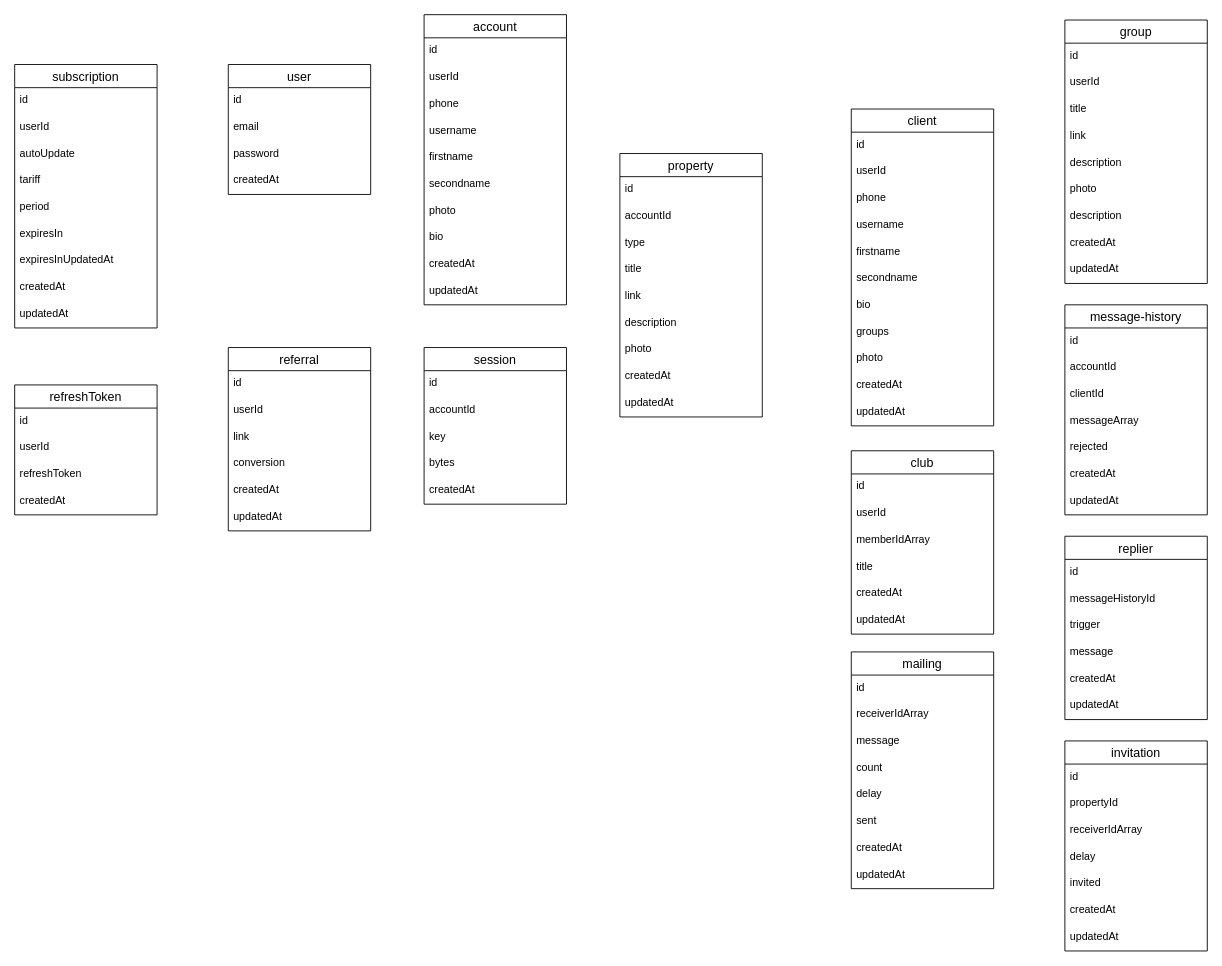
This is schema.drawio from Nick-Fed-Al-dev/telepanel, a draw.io file, before an edit. Source tidied: cells renumbered, new cells numbered last; positions are measured from the earlier drawing's top-left corner, leaving out a move shared by most shapes. Both pictures are drawn from the tidied source at 89%, with x=0, y=0 at pixel (14, 14).
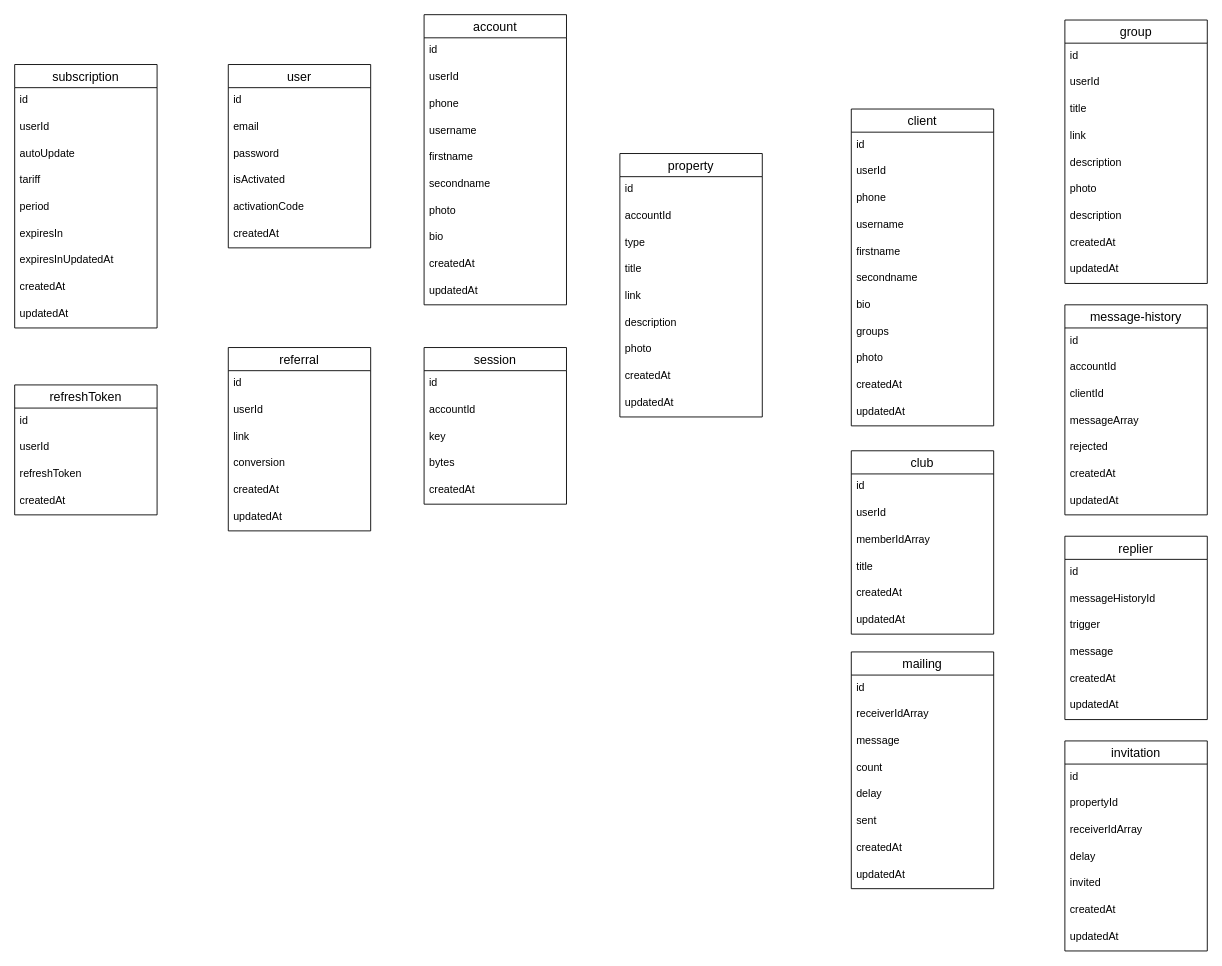
The same page after the edit.

The edit, as a diff of the source:
```diff
@@
     <mxCell id="2" value="user" style="swimlane;fontStyle=0;horizontal=1;startSize=26;align=center;fontSize=14;" parent="1" vertex="1">
-      <mxGeometry x="240" y="56" width="160" height="146" as="geometry" />
+      <mxGeometry x="240" y="56" width="160" height="206" as="geometry" />
     </mxCell>
@@
+    <mxCell id="117" value="isActivated" style="text;strokeColor=none;fillColor=none;spacingLeft=4;spacingRight=4;overflow=hidden;fontSize=12;" parent="2" vertex="1">
+      <mxGeometry y="116" width="160" height="30" as="geometry" />
+    </mxCell>
+    <mxCell id="118" value="activationCode" style="text;strokeColor=none;fillColor=none;spacingLeft=4;spacingRight=4;overflow=hidden;fontSize=12;" parent="2" vertex="1">
+      <mxGeometry y="146" width="160" height="30" as="geometry" />
+    </mxCell>
     <mxCell id="6" value="createdAt" style="text;strokeColor=none;fillColor=none;spacingLeft=4;spacingRight=4;overflow=hidden;fontSize=12;" parent="2" vertex="1">
-      <mxGeometry y="116" width="160" height="30" as="geometry" />
+      <mxGeometry y="176" width="160" height="30" as="geometry" />
     </mxCell>
```
